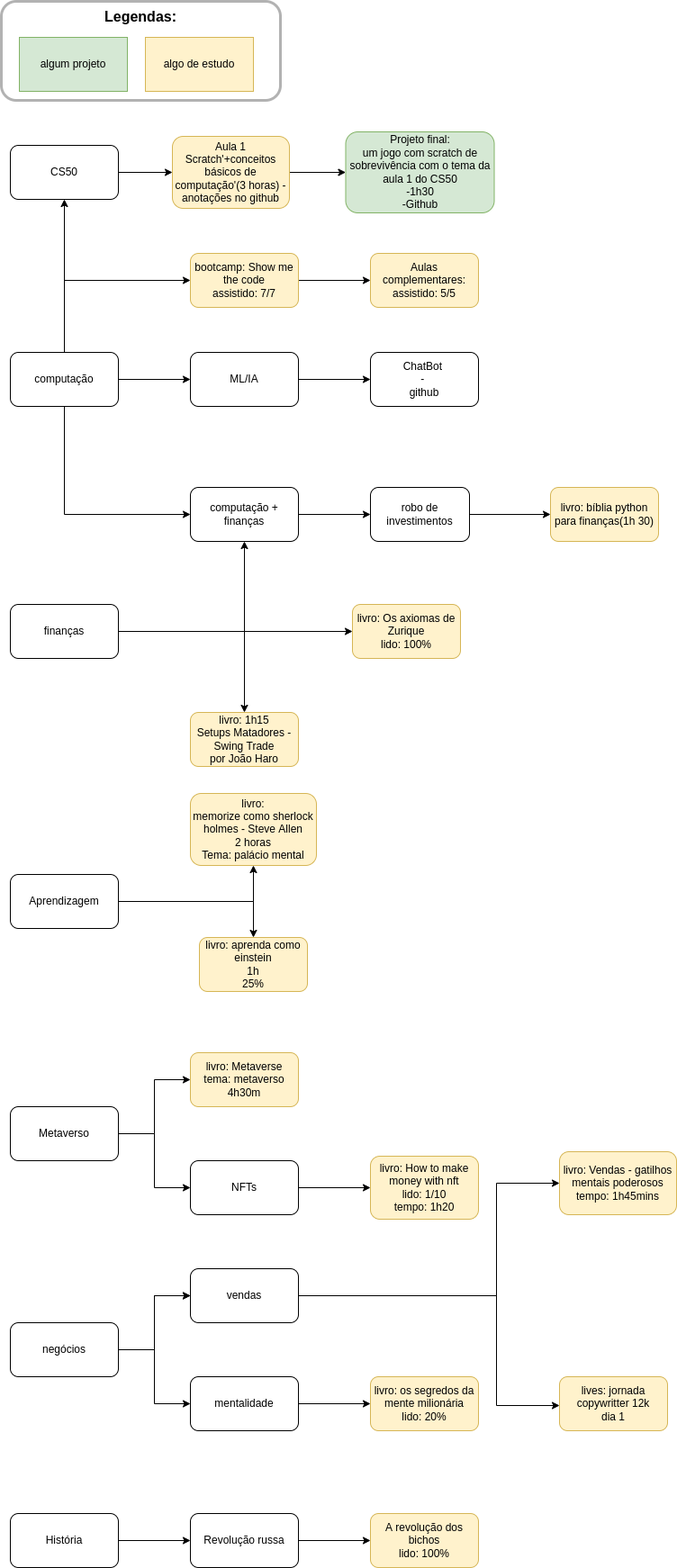
gu-nog/my-studies keeps this draw.io diagram as mystudies.drawio.png. Above is the earlier version. Source tidied: cells renumbered, new cells last; positions are measured from the earlier drawing's top-left corner, leaving out a move shared by most shapes.
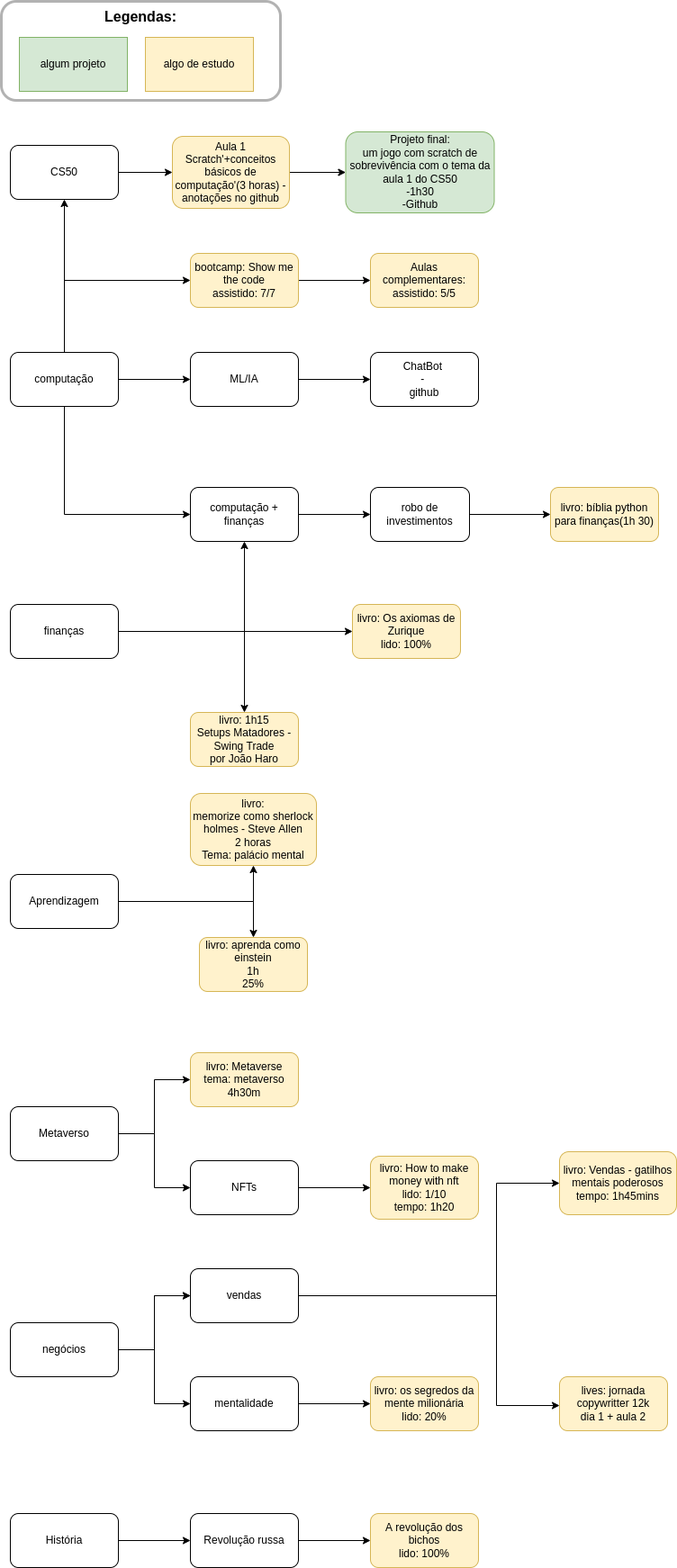
Later version of the same file.

Diff of the diagram source:
```diff
@@ -211,7 +211,7 @@
         </Array>
       </mxGeometry>
     </mxCell>
-    <mxCell id="60" value="lives: jornada copywritter 12k&lt;br&gt;dia 1" style="rounded=1;whiteSpace=wrap;html=1;fillColor=#fff2cc;strokeColor=#d6b656;" parent="1" vertex="1">
+    <mxCell id="60" value="lives: jornada copywritter 12k&lt;br&gt;dia 1 + aula 2" style="rounded=1;whiteSpace=wrap;html=1;fillColor=#fff2cc;strokeColor=#d6b656;" parent="1" vertex="1">
       <mxGeometry x="620" y="1528" width="120" height="60" as="geometry" />
     </mxCell>
   </root>
```
